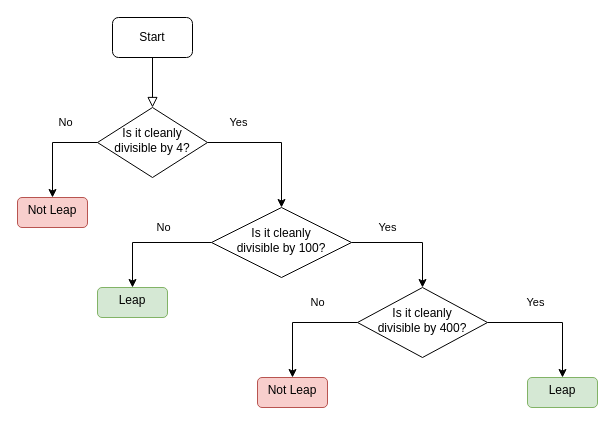
ArnaldoFerreira/drawio keeps this draw.io diagram as Untitled Diagram.drawio. Above is the earlier version. Source tidied: cells renumbered, new cells numbered last; positions are measured from the earlier drawing's top-left corner, leaving out a move shared by most shapes. Both pictures are drawn from the tidied source at 100%, with x=0, y=0 at pixel (17, 17).
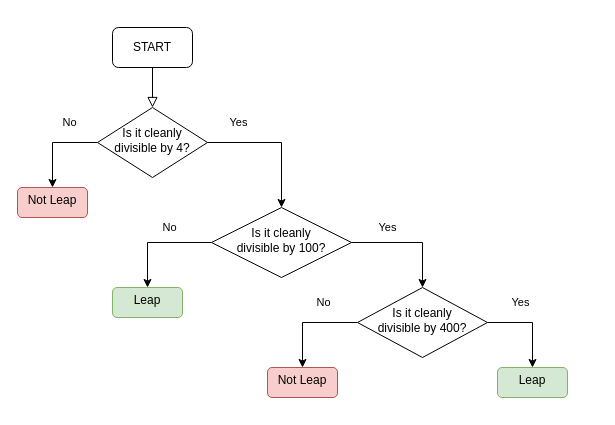
The same diagram, later.

Diff of the diagram source:
```diff
@@
 <mxGraphModel>
   <root>
     <mxCell id="0" />
     <mxCell id="1" parent="0" />
     <mxCell id="2" style="rounded=0;html=1;jettySize=auto;fontSize=11;endArrow=block;endFill=0;endSize=8;strokeWidth=1;shadow=0;labelBackgroundColor=none;edgeStyle=orthogonalEdgeStyle;" parent="1" edge="1" source="3" target="6">
       <mxGeometry relative="1" as="geometry" />
     </mxCell>
-    <mxCell id="3" value="Start" style="rounded=1;whiteSpace=wrap;html=1;fontSize=12;glass=0;strokeWidth=1;shadow=0;" parent="1" vertex="1">
-      <mxGeometry x="95" width="80" height="40" as="geometry" />
+    <mxCell id="3" value="START" style="rounded=1;whiteSpace=wrap;html=1;fontSize=12;glass=0;strokeWidth=1;shadow=0;" parent="1" vertex="1">
+      <mxGeometry x="95" y="10" width="80" height="40" as="geometry" />
     </mxCell>
     <mxCell id="4" value="No" style="edgeStyle=orthogonalEdgeStyle;rounded=0;jettySize=auto;html=1;" parent="1" edge="1" source="6" target="7">
       <mxGeometry x="-0.37" y="-20" relative="1" as="geometry" />
     </mxCell>
     <mxCell id="5" value="Yes" style="edgeStyle=orthogonalEdgeStyle;rounded=0;jettySize=auto;html=1;" parent="1" edge="1" source="6" target="10">
       <mxGeometry x="-0.55" y="20" relative="1" as="geometry" />
     </mxCell>
     <mxCell id="6" value="Is it cleanly divisible by 4?" style="rhombus;whiteSpace=wrap;html=1;shadow=0;fontFamily=Helvetica;fontSize=12;align=center;strokeWidth=1;spacing=6;spacingTop=-4;" parent="1" vertex="1">
       <mxGeometry x="80" y="90" width="110" height="70" as="geometry" />
     </mxCell>
     <mxCell id="7" value="Not Leap" style="whiteSpace=wrap;html=1;shadow=0;strokeWidth=1;spacing=6;spacingTop=-4;direction=west;fillColor=#f8cecc;strokeColor=#b85450;rounded=1;" parent="1" vertex="1">
-      <mxGeometry y="180" width="70" height="30" as="geometry" />
+      <mxGeometry y="170" width="70" height="30" as="geometry" />
     </mxCell>
     <mxCell id="8" value="No" style="edgeStyle=orthogonalEdgeStyle;rounded=0;jettySize=auto;html=1;" parent="1" edge="1" source="10" target="11">
       <mxGeometry x="-0.23" y="-15" relative="1" as="geometry" />
     </mxCell>
     <mxCell id="9" value="Yes" style="edgeStyle=orthogonalEdgeStyle;rounded=0;jettySize=auto;html=1;" parent="1" edge="1" source="10" target="14">
       <mxGeometry x="-0.38" y="15" relative="1" as="geometry" />
     </mxCell>
     <mxCell id="10" value="Is it cleanly &lt;br&gt;divisible by 100?" style="rhombus;whiteSpace=wrap;html=1;shadow=0;fontFamily=Helvetica;fontSize=12;align=center;strokeWidth=1;spacing=6;spacingTop=-4;" parent="1" vertex="1">
       <mxGeometry x="194" y="190" width="140" height="70" as="geometry" />
     </mxCell>
     <mxCell id="11" value="Leap" style="whiteSpace=wrap;html=1;shadow=0;strokeWidth=1;spacing=6;spacingTop=-4;fillColor=#d5e8d4;strokeColor=#82b366;rounded=1;" parent="1" vertex="1">
-      <mxGeometry x="80" y="270" width="70" height="30" as="geometry" />
+      <mxGeometry x="95" y="270" width="70" height="30" as="geometry" />
     </mxCell>
     <mxCell id="12" value="No" style="edgeStyle=orthogonalEdgeStyle;rounded=0;jettySize=auto;html=1;" parent="1" edge="1" source="14" target="15">
       <mxGeometry x="-0.33" y="-20" relative="1" as="geometry" />
     </mxCell>
     <mxCell id="13" value="Yes" style="edgeStyle=orthogonalEdgeStyle;rounded=0;jettySize=auto;html=1;" parent="1" edge="1" source="14" target="16">
       <mxGeometry x="-0.26" y="20" relative="1" as="geometry" />
     </mxCell>
     <mxCell id="14" value="&lt;span&gt;Is it cleanly&lt;/span&gt;&lt;br&gt;&lt;span&gt;divisible by 400?&lt;/span&gt;" style="rhombus;whiteSpace=wrap;html=1;shadow=0;strokeWidth=1;spacing=6;spacingTop=-4;" parent="1" vertex="1">
       <mxGeometry x="340" y="270" width="130" height="70" as="geometry" />
     </mxCell>
     <mxCell id="15" value="Not Leap" style="rounded=1;whiteSpace=wrap;html=1;shadow=0;strokeWidth=1;spacing=6;spacingTop=-4;fillColor=#f8cecc;strokeColor=#b85450;" parent="1" vertex="1">
-      <mxGeometry x="240" y="360" width="70" height="30" as="geometry" />
+      <mxGeometry x="250" y="350" width="70" height="30" as="geometry" />
     </mxCell>
     <mxCell id="16" value="Leap" style="rounded=1;whiteSpace=wrap;html=1;shadow=0;strokeWidth=1;spacing=6;spacingTop=-4;fillColor=#d5e8d4;strokeColor=#82b366;" parent="1" vertex="1">
-      <mxGeometry x="510" y="360" width="70" height="30" as="geometry" />
+      <mxGeometry x="480" y="350" width="70" height="30" as="geometry" />
     </mxCell>
   </root>
 </mxGraphModel>
```
